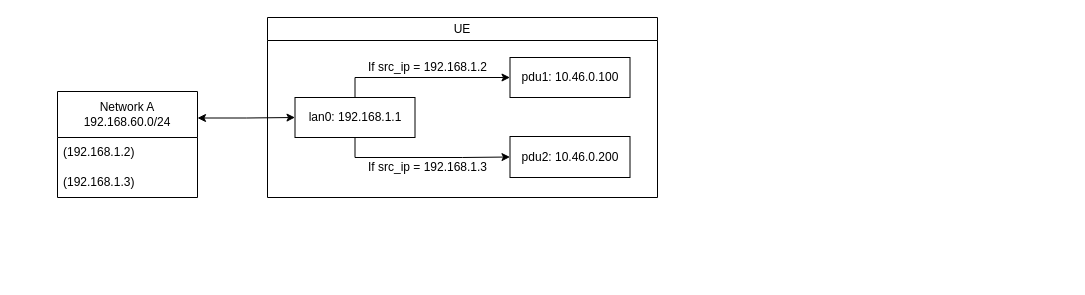
This is page "LAN Host to PDU Session Interface Routing" (3 of 3) of docs/5G Emulated Network/topology.drawio from davidjosearaujo/dissertation, a draw.io file, before an edit. Source tidied: cells renumbered, new cells numbered last; positions are measured from the earlier drawing's top-left corner, leaving out a move shared by most shapes. Both pictures are drawn from the tidied source at 100%, with x=0, y=0 at pixel (57, 17).
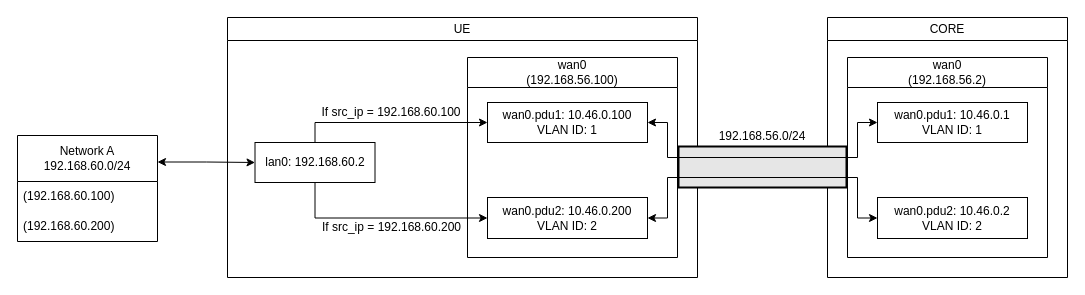
After the change.

Commit message (it also covers changes not shown here):
notes and new topology for routing

Diff of the diagram source:
```diff
@@
-    <mxCell id="2" style="edgeStyle=orthogonalEdgeStyle;rounded=0;jettySize=auto;html=1;exitX=1;exitY=0.25;exitDx=0;exitDy=0;entryX=0;entryY=0.5;entryDx=0;entryDy=0;startArrow=classic;startFill=1;" parent="1" edge="1" source="3" target="11">
-      <mxGeometry relative="1" as="geometry" />
-    </mxCell>
-    <mxCell id="3" value="&lt;span style=&quot;text-align: left;&quot;&gt;Network A&lt;br&gt;&lt;/span&gt;192.168.60.0/24&lt;span style=&quot;text-align: left;&quot;&gt;&lt;/span&gt;" style="swimlane;fontStyle=0;horizontal=1;startSize=46;whiteSpace=wrap;html=1;" parent="1" vertex="1">
-      <mxGeometry y="74" width="140" height="106" as="geometry" />
-    </mxCell>
-    <mxCell id="4" value="(192.168.1.2)" style="text;strokeColor=none;fillColor=none;align=left;verticalAlign=middle;spacingLeft=4;spacingRight=4;overflow=hidden;whiteSpace=wrap;html=1;" parent="3" vertex="1">
-      <mxGeometry y="46" width="140" height="30" as="geometry" />
-    </mxCell>
-    <mxCell id="5" value="(192.168.1.3)" style="text;strokeColor=none;fillColor=none;align=left;verticalAlign=middle;spacingLeft=4;spacingRight=4;overflow=hidden;whiteSpace=wrap;html=1;" parent="3" vertex="1">
-      <mxGeometry y="76" width="140" height="30" as="geometry" />
-    </mxCell>
     <mxCell id="6" value="&lt;span style=&quot;font-weight: normal;&quot;&gt;UE&lt;/span&gt;" style="swimlane;whiteSpace=wrap;html=1;" parent="1" vertex="1">
-      <mxGeometry x="210" width="390" height="180" as="geometry" />
+      <mxGeometry x="170" width="470" height="260" as="geometry" />
     </mxCell>
-    <mxCell id="7" value="pdu1: 10.46.0.100" style="rounded=0;whiteSpace=wrap;html=1;" parent="6" vertex="1">
-      <mxGeometry x="242.5" y="40" width="120" height="40" as="geometry" />
-    </mxCell>
-    <mxCell id="8" value="pdu2: 10.46.0.200" style="rounded=0;whiteSpace=wrap;html=1;" parent="6" vertex="1">
-      <mxGeometry x="242.5" y="119" width="120" height="41" as="geometry" />
-    </mxCell>
@@
-    <mxCell id="11" value="lan0: 192.168.1.1" style="rounded=0;whiteSpace=wrap;html=1;" parent="6" vertex="1">
-      <mxGeometry x="27.5" y="80" width="120" height="40" as="geometry" />
+    <mxCell id="11" value="lan0: 192.168.60.2" style="rounded=0;whiteSpace=wrap;html=1;" parent="6" vertex="1">
+      <mxGeometry x="27.5" y="125" width="120" height="40" as="geometry" />
     </mxCell>
-    <mxCell id="12" value="If src_ip = 192.168.1.2" style="text;html=1;align=center;verticalAlign=middle;whiteSpace=wrap;rounded=0;" parent="6" vertex="1">
-      <mxGeometry x="97.5" y="40" width="125" height="20" as="geometry" />
+    <mxCell id="12" value="If src_ip = 192.168.60.100" style="text;html=1;align=center;verticalAlign=middle;whiteSpace=wrap;rounded=0;" parent="6" vertex="1">
+      <mxGeometry x="88.8" y="85" width="150" height="20" as="geometry" />
     </mxCell>
-    <mxCell id="13" value="If src_ip = 192.168.1.3" style="text;html=1;align=center;verticalAlign=middle;whiteSpace=wrap;rounded=0;" parent="6" vertex="1">
-      <mxGeometry x="97.5" y="140" width="125" height="20" as="geometry" />
+    <mxCell id="13" value="If src_ip = 192.168.60.200" style="text;html=1;align=center;verticalAlign=middle;whiteSpace=wrap;rounded=0;" parent="6" vertex="1">
+      <mxGeometry x="92.5" y="200" width="142.5" height="20" as="geometry" />
     </mxCell>
+    <mxCell id="14" value="&lt;span style=&quot;font-weight: normal;&quot;&gt;wan0&lt;/span&gt;&lt;div&gt;&lt;span style=&quot;font-weight: normal;&quot;&gt;(192.168.56.100)&lt;/span&gt;&lt;/div&gt;" style="swimlane;whiteSpace=wrap;html=1;startSize=30;" parent="6" vertex="1">
+      <mxGeometry x="240" y="40" width="210" height="200" as="geometry" />
+    </mxCell>
+    <mxCell id="7" value="wan0.pdu1: 10.46.0.100&lt;div&gt;VLAN ID: 1&lt;/div&gt;" style="rounded=0;whiteSpace=wrap;html=1;" parent="14" vertex="1">
+      <mxGeometry x="20" y="45" width="160" height="40" as="geometry" />
+    </mxCell>
+    <mxCell id="8" value="wan0.pdu2: 10.46.0.200&lt;div&gt;VLAN ID: 2&lt;/div&gt;" style="rounded=0;whiteSpace=wrap;html=1;" parent="14" vertex="1">
+      <mxGeometry x="20" y="140" width="160" height="41" as="geometry" />
+    </mxCell>
+    <mxCell id="15" value="&lt;span style=&quot;font-weight: normal;&quot;&gt;CORE&lt;/span&gt;" style="swimlane;whiteSpace=wrap;html=1;" parent="1" vertex="1">
+      <mxGeometry x="770" width="240" height="260" as="geometry" />
+    </mxCell>
+    <mxCell id="16" value="&lt;span style=&quot;font-weight: normal;&quot;&gt;wan0&lt;/span&gt;&lt;div&gt;&lt;span style=&quot;font-weight: 400;&quot;&gt;(192.168.56.2)&lt;/span&gt;&lt;span style=&quot;font-weight: normal;&quot;&gt;&lt;/span&gt;&lt;/div&gt;" style="swimlane;whiteSpace=wrap;html=1;startSize=30;" parent="15" vertex="1">
+      <mxGeometry x="20" y="40" width="200" height="200" as="geometry" />
+    </mxCell>
+    <mxCell id="17" value="wan0.pdu1: 10.46.0.1&lt;div&gt;VLAN ID: 1&lt;/div&gt;" style="rounded=0;whiteSpace=wrap;html=1;" parent="16" vertex="1">
+      <mxGeometry x="30" y="45" width="150" height="40" as="geometry" />
+    </mxCell>
+    <mxCell id="18" value="wan0.pdu2: 10.46.0.2&lt;div&gt;VLAN ID: 2&lt;/div&gt;" style="rounded=0;whiteSpace=wrap;html=1;" parent="16" vertex="1">
+      <mxGeometry x="30" y="140" width="150" height="41" as="geometry" />
+    </mxCell>
+    <mxCell id="19" style="edgeStyle=orthogonalEdgeStyle;shape=flexArrow;rounded=0;orthogonalLoop=1;jettySize=auto;html=1;exitX=1;exitY=0.5;exitDx=0;exitDy=0;entryX=0;entryY=0.5;entryDx=0;entryDy=0;startArrow=none;width=40;startSize=4.7250000000000005;startFill=0;endArrow=none;strokeWidth=2;fillColor=#E6E6E6;" parent="1" edge="1">
+      <mxGeometry relative="1" as="geometry">
+        <mxPoint x="620" y="149.6" as="sourcePoint" />
+        <mxPoint x="790" y="149.6" as="targetPoint" />
+      </mxGeometry>
+    </mxCell>
+    <mxCell id="2" style="edgeStyle=orthogonalEdgeStyle;rounded=0;jettySize=auto;html=1;exitX=1;exitY=0.25;exitDx=0;exitDy=0;entryX=0;entryY=0.5;entryDx=0;entryDy=0;startArrow=classic;startFill=1;" parent="1" edge="1" source="3" target="11">
+      <mxGeometry relative="1" as="geometry" />
+    </mxCell>
+    <mxCell id="3" value="&lt;span style=&quot;text-align: left;&quot;&gt;Network A&lt;br&gt;&lt;/span&gt;192.168.60.0/24&lt;span style=&quot;text-align: left;&quot;&gt;&lt;/span&gt;" style="swimlane;fontStyle=0;horizontal=1;startSize=46;whiteSpace=wrap;html=1;" parent="1" vertex="1">
+      <mxGeometry x="-40" y="118" width="140" height="106" as="geometry" />
+    </mxCell>
+    <mxCell id="4" value="(192.168.60.100)" style="text;strokeColor=none;fillColor=none;align=left;verticalAlign=middle;spacingLeft=4;spacingRight=4;overflow=hidden;whiteSpace=wrap;html=1;" parent="3" vertex="1">
+      <mxGeometry y="46" width="140" height="30" as="geometry" />
+    </mxCell>
+    <mxCell id="5" value="(192.168.60.200)" style="text;strokeColor=none;fillColor=none;align=left;verticalAlign=middle;spacingLeft=4;spacingRight=4;overflow=hidden;whiteSpace=wrap;html=1;" parent="3" vertex="1">
+      <mxGeometry y="76" width="140" height="30" as="geometry" />
+    </mxCell>
+    <mxCell id="20" style="edgeStyle=orthogonalEdgeStyle;rounded=0;jettySize=auto;html=1;exitX=1;exitY=0.5;exitDx=0;exitDy=0;entryX=0;entryY=0.5;entryDx=0;entryDy=0;startArrow=classic;startFill=1;" parent="1" edge="1" source="7" target="17">
+      <mxGeometry relative="1" as="geometry">
+        <Array as="points">
+          <mxPoint x="610" y="105" />
+          <mxPoint x="610" y="140" />
+          <mxPoint x="800" y="140" />
+          <mxPoint x="800" y="105" />
+        </Array>
+      </mxGeometry>
+    </mxCell>
+    <mxCell id="21" style="edgeStyle=orthogonalEdgeStyle;rounded=0;jettySize=auto;html=1;exitX=1;exitY=0.5;exitDx=0;exitDy=0;entryX=0;entryY=0.5;entryDx=0;entryDy=0;startArrow=classic;startFill=1;" parent="1" edge="1" source="8" target="18">
+      <mxGeometry relative="1" as="geometry">
+        <Array as="points">
+          <mxPoint x="610" y="201" />
+          <mxPoint x="610" y="160" />
+          <mxPoint x="800" y="160" />
+          <mxPoint x="800" y="201" />
+        </Array>
+      </mxGeometry>
+    </mxCell>
+    <mxCell id="22" value="192.168.56.0/24" style="text;html=1;align=center;verticalAlign=middle;whiteSpace=wrap;rounded=0;" parent="1" vertex="1">
+      <mxGeometry x="660" y="109.6" width="90" height="18" as="geometry" />
+    </mxCell>
```
